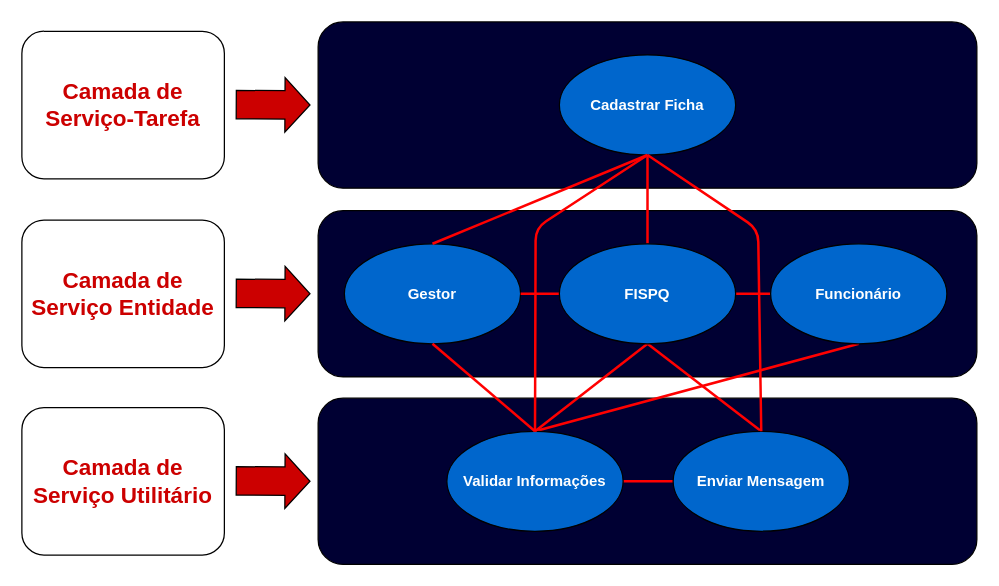
This is page "Página-1" (1 of 2) of imagens/a.drawio from gb-cs-rt/stoc_fispq, a draw.io file, before an edit. Source tidied: cells renumbered, new cells numbered last; positions are measured from the earlier drawing's top-left corner, leaving out a move shared by most shapes. Both pictures are drawn from the tidied source at 125%, with x=0, y=0 at pixel (21, 21).
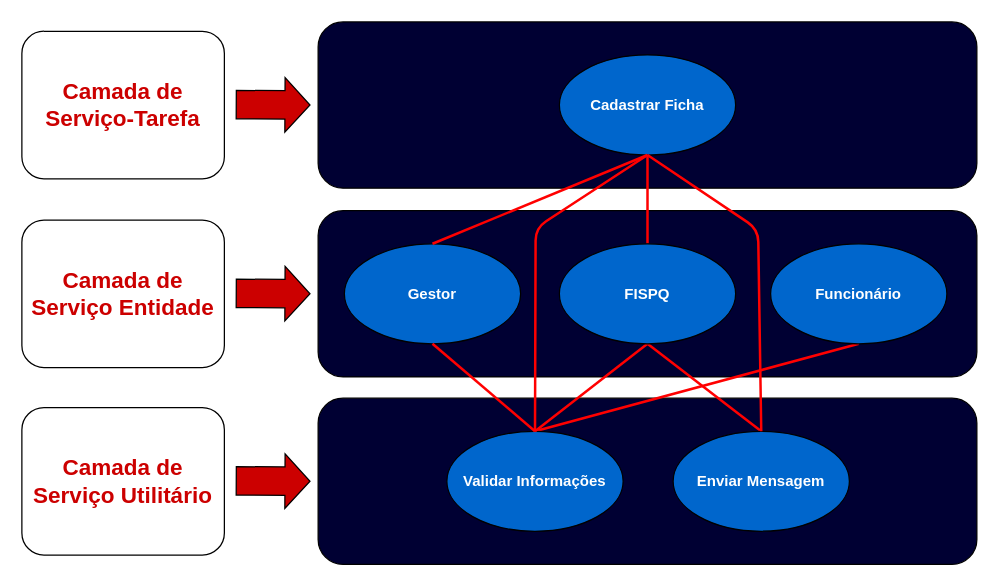
Above is the later version.

Commit message (it also covers changes not shown here):
fixed camada de servico

Unchanged cells that the change refers to:
```xml
<mxCell id="8" value="Gestor" style="ellipse;whiteSpace=wrap;html=1;fillColor=#0066CC;fontColor=#FFFFFF;fontStyle=1;" parent="1" vertex="1">
  <mxGeometry x="258" y="177.5" width="141" height="80" as="geometry" />
</mxCell>
<mxCell id="15" value="Validar Informações" style="ellipse;whiteSpace=wrap;html=1;fillColor=#0066CC;fontColor=#FFFFFF;fontStyle=1;" parent="1" vertex="1">
  <mxGeometry x="340" y="327.5" width="141" height="80" as="geometry" />
</mxCell>
<mxCell id="22" value="FISPQ" style="ellipse;whiteSpace=wrap;html=1;fillColor=#0066CC;fontColor=#FFFFFF;fontStyle=1;" parent="1" vertex="1">
  <mxGeometry x="430" y="177.5" width="141" height="80" as="geometry" />
</mxCell>
<mxCell id="23" value="Funcionário" style="ellipse;whiteSpace=wrap;html=1;fillColor=#0066CC;fontColor=#FFFFFF;fontStyle=1;" parent="1" vertex="1">
  <mxGeometry x="599" y="177.5" width="141" height="80" as="geometry" />
</mxCell>
<mxCell id="24" value="Enviar Mensagem" style="ellipse;whiteSpace=wrap;html=1;fillColor=#0066CC;fontColor=#FFFFFF;fontStyle=1;" parent="1" vertex="1">
  <mxGeometry x="521" y="327.5" width="141" height="80" as="geometry" />
</mxCell>
```

Diff of the diagram source:
```diff
@@
-    <mxCell id="14" style="edgeStyle=none;shape=connector;rounded=0;jettySize=auto;html=1;exitX=1;exitY=0.5;exitDx=0;exitDy=0;entryX=0;entryY=0.5;entryDx=0;entryDy=0;strokeColor=#FF0000;strokeWidth=2;align=center;verticalAlign=middle;fontFamily=Helvetica;fontSize=11;fontColor=default;labelBackgroundColor=default;endArrow=none;endFill=0;" parent="1" edge="1" source="15" target="24">
-      <mxGeometry relative="1" as="geometry" />
-    </mxCell>
@@
-    <mxCell id="20" style="edgeStyle=none;shape=connector;rounded=0;jettySize=auto;html=1;exitX=1;exitY=0.5;exitDx=0;exitDy=0;entryX=0;entryY=0.5;entryDx=0;entryDy=0;strokeColor=#FF0000;strokeWidth=2;align=center;verticalAlign=middle;fontFamily=Helvetica;fontSize=11;fontColor=default;labelBackgroundColor=default;endArrow=none;endFill=0;" parent="1" edge="1" source="22" target="23">
-      <mxGeometry relative="1" as="geometry" />
-    </mxCell>
-    <mxCell id="21" style="edgeStyle=none;shape=connector;rounded=0;jettySize=auto;html=1;exitX=0;exitY=0.5;exitDx=0;exitDy=0;entryX=1;entryY=0.5;entryDx=0;entryDy=0;strokeColor=#FF0000;strokeWidth=2;align=center;verticalAlign=middle;fontFamily=Helvetica;fontSize=11;fontColor=default;labelBackgroundColor=default;endArrow=none;endFill=0;" parent="1" edge="1" source="22" target="8">
-      <mxGeometry relative="1" as="geometry" />
-    </mxCell>
```
